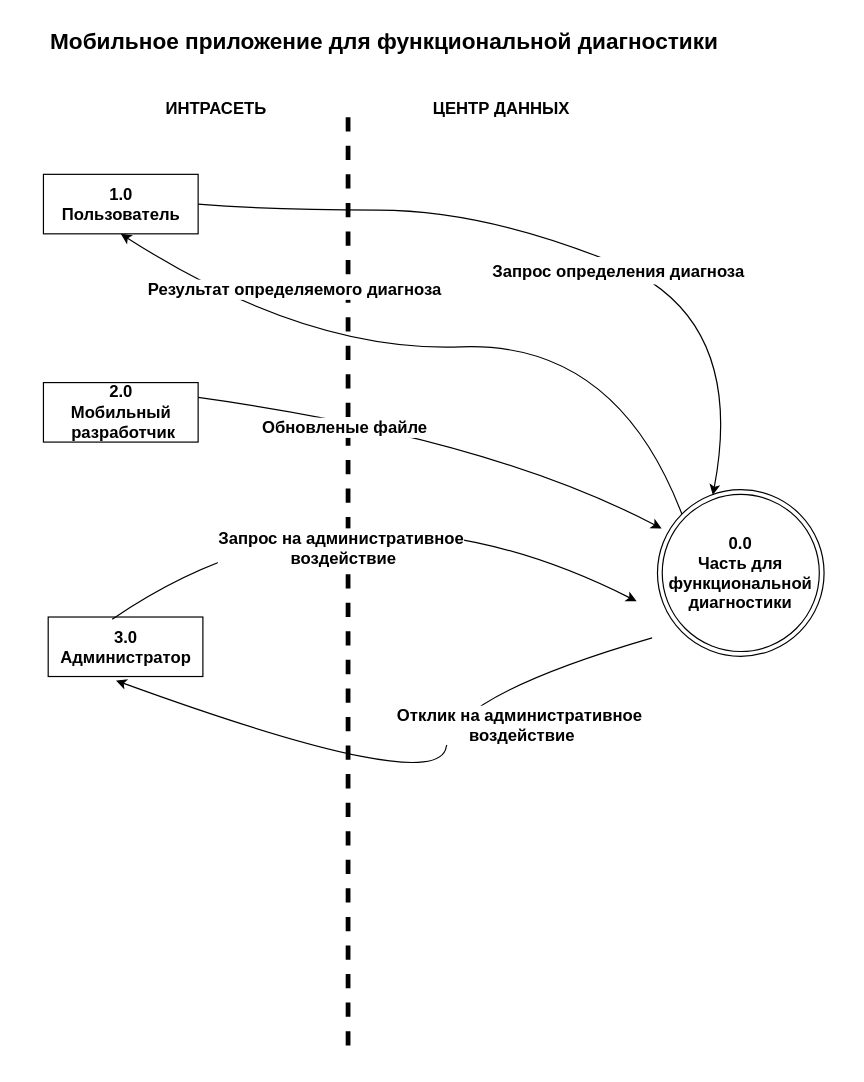
oussamanech/Git01 keeps this draw.io diagram as DFD.drawio. Above is the earlier version. Source tidied: cells renumbered, new cells numbered last; positions are measured from the earlier drawing's top-left corner, leaving out a move shared by most shapes. Both pictures are drawn from the tidied source at 119%, with x=0, y=0 at pixel (43, 20).
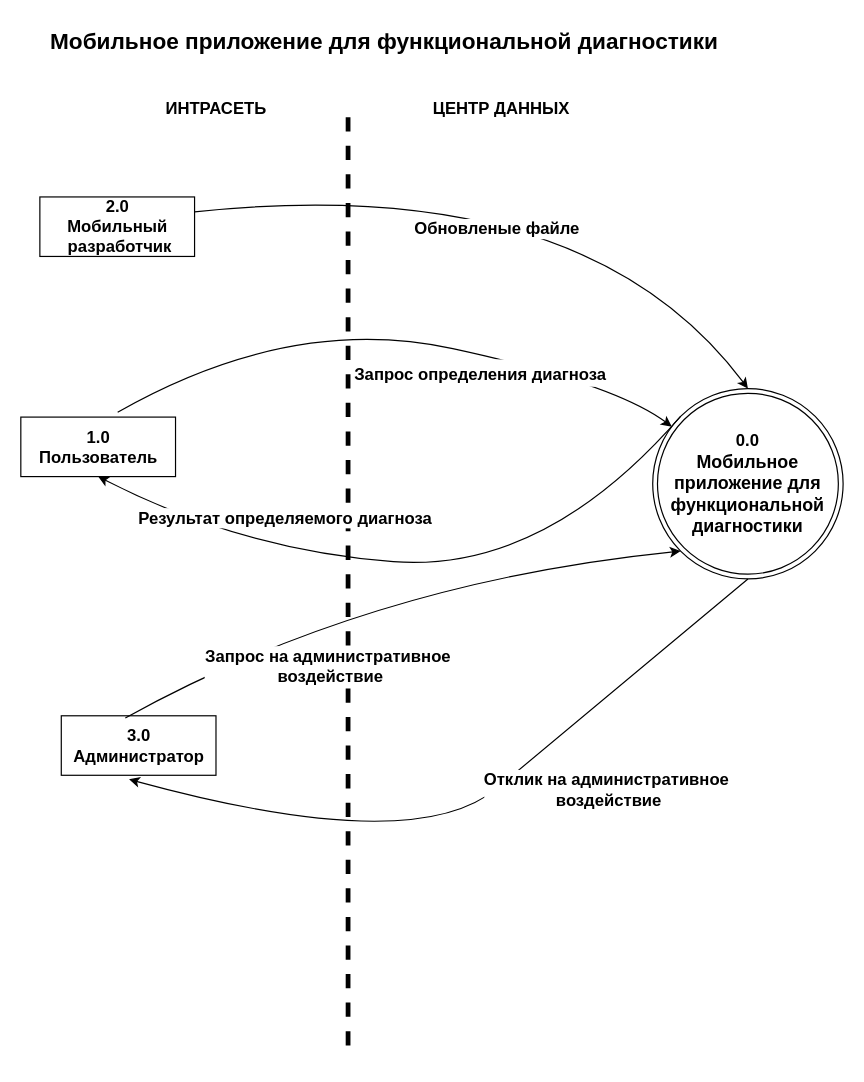
The same diagram, later.

What changed in the source:
```diff
@@
-    <mxCell id="2" style="endArrow=none;html=1;rounded=0;fontSize=12;dashed=1;strokeWidth=4;shadow=0;" parent="1" edge="1">
-      <mxGeometry relative="1" as="geometry">
-        <mxPoint x="256" y="81" as="sourcePoint" />
-        <mxPoint x="256" y="872" as="targetPoint" />
-      </mxGeometry>
-    </mxCell>
-    <mxCell id="3" value="0.0&lt;br&gt;Часть для функциональной диагностики" style="ellipse;shape=doubleEllipse;whiteSpace=wrap;html=1;fontStyle=1;fontSize=14;" parent="1" vertex="1">
-      <mxGeometry x="516" y="394" width="140" height="140" as="geometry" />
-    </mxCell>
+    <mxCell id="20" style="endArrow=none;html=1;rounded=0;fontSize=12;dashed=1;strokeWidth=4;shadow=0;" parent="1" edge="1">
+      <mxGeometry relative="1" as="geometry">
+        <mxPoint x="256" y="81" as="sourcePoint" />
+        <mxPoint x="256" y="872" as="targetPoint" />
+      </mxGeometry>
+    </mxCell>
+    <mxCell id="21" value="0.0&lt;br&gt;&lt;span style=&quot;text-align: left;&quot;&gt;&lt;font style=&quot;font-size: 15px;&quot;&gt;Мобильное приложение для функциональной диагностики&lt;/font&gt;&lt;/span&gt;" style="ellipse;shape=doubleEllipse;whiteSpace=wrap;html=1;fontStyle=1;fontSize=14;" parent="1" vertex="1">
+      <mxGeometry x="512" y="309" width="160" height="160" as="geometry" />
+    </mxCell>
@@
     <mxCell id="5" value="1.0&lt;br style=&quot;font-size: 14px;&quot;&gt;Пользователь&lt;div style=&quot;display: none; font-size: 14px;&quot; id=&quot;SDCloudData&quot;&gt;&lt;/div&gt;" style="html=1;dashed=0;whitespace=wrap;fontStyle=1;fontSize=14;" parent="1" vertex="1">
-      <mxGeometry y="129" width="130" height="50" as="geometry" />
+      <mxGeometry x="-19" y="333" width="130" height="50" as="geometry" />
     </mxCell>
@@
     <mxCell id="8" value="2.0&lt;br style=&quot;font-size: 14px;&quot;&gt;Мобильный&lt;br&gt;&amp;nbsp;разработчик&lt;div style=&quot;display: none; font-size: 14px;&quot; id=&quot;SDCloudData&quot;&gt;&lt;/div&gt;" style="html=1;dashed=0;whitespace=wrap;fontStyle=1;fontSize=14;" parent="1" vertex="1">
-      <mxGeometry y="304" width="130" height="50" as="geometry" />
+      <mxGeometry x="-3" y="148" width="130" height="50" as="geometry" />
     </mxCell>
     <mxCell id="9" value="3.0&lt;br style=&quot;font-size: 14px;&quot;&gt;Администратор&lt;br&gt;&lt;div style=&quot;display: none; font-size: 14px;&quot; id=&quot;SDCloudData&quot;&gt;&lt;/div&gt;" style="html=1;dashed=0;whitespace=wrap;fontStyle=1;fontSize=14;" parent="1" vertex="1">
-      <mxGeometry x="4" y="501" width="130" height="50" as="geometry" />
+      <mxGeometry x="15" y="584" width="130" height="50" as="geometry" />
     </mxCell>
-    <mxCell id="10" style="curved=1;endArrow=classic;html=1;rounded=0;fontSize=19;entryX=0.332;entryY=0.032;entryDx=0;entryDy=0;entryPerimeter=0;exitX=1;exitY=0.5;exitDx=0;exitDy=0;" parent="1" edge="1" source="5" target="3">
-      <mxGeometry relative="1" as="geometry">
-        <Array as="points">
-          <mxPoint x="191" y="159" />
-          <mxPoint x="371" y="159" />
-          <mxPoint x="591" y="249" />
-        </Array>
-      </mxGeometry>
-    </mxCell>
+    <mxCell id="22" style="curved=1;endArrow=classic;html=1;rounded=0;fontSize=19;exitX=0.626;exitY=-0.083;exitDx=0;exitDy=0;exitPerimeter=0;" parent="1" edge="1" source="5" target="21">
+      <mxGeometry relative="1" as="geometry">
+        <Array as="points">
+          <mxPoint x="208" y="246" />
+          <mxPoint x="480" y="305" />
+        </Array>
+      </mxGeometry>
+    </mxCell>
-    <mxCell id="11" value="&lt;font style=&quot;font-size: 14px;&quot;&gt;Запрос определения диагноза&lt;/font&gt;" style="edgeLabel;html=1;align=center;verticalAlign=middle;fontSize=19;fontStyle=1;" parent="10" vertex="1">
+    <mxCell id="11" value="&lt;font style=&quot;font-size: 14px;&quot;&gt;Запрос определения диагноза&lt;/font&gt;" style="edgeLabel;html=1;align=center;verticalAlign=middle;fontSize=19;fontStyle=1;" parent="22" vertex="1">
       <mxGeometry x="0.24" y="-22" relative="1" as="geometry">
-        <mxPoint x="-19" y="-27" as="offset" />
+        <mxPoint x="20" y="-3" as="offset" />
       </mxGeometry>
     </mxCell>
-    <mxCell id="12" style="curved=1;endArrow=classic;html=1;rounded=0;fontSize=19;exitX=0;exitY=0;exitDx=0;exitDy=0;entryX=0.5;entryY=1;entryDx=0;entryDy=0;" parent="1" edge="1" source="3" target="5">
-      <mxGeometry relative="1" as="geometry">
-        <Array as="points">
-          <mxPoint x="481" y="269" />
-          <mxPoint x="221" y="279" />
-        </Array>
-      </mxGeometry>
-    </mxCell>
+    <mxCell id="23" style="curved=1;endArrow=classic;html=1;rounded=0;fontSize=19;exitX=0;exitY=0;exitDx=0;exitDy=0;entryX=0.5;entryY=1;entryDx=0;entryDy=0;" parent="1" edge="1" source="21" target="5">
+      <mxGeometry relative="1" as="geometry">
+        <Array as="points">
+          <mxPoint x="421" y="464" />
+          <mxPoint x="167" y="445" />
+        </Array>
+      </mxGeometry>
+    </mxCell>
-    <mxCell id="13" value="Результат определяемого диагноза" style="edgeLabel;html=1;align=center;verticalAlign=middle;fontSize=14;fontStyle=1;" parent="12" vertex="1">
+    <mxCell id="13" value="Результат определяемого диагноза" style="edgeLabel;html=1;align=center;verticalAlign=middle;fontSize=14;fontStyle=1;" parent="23" vertex="1">
       <mxGeometry x="0.4" y="-17" relative="1" as="geometry">
-        <mxPoint x="-15" y="-36" as="offset" />
+        <mxPoint x="1" y="-13" as="offset" />
       </mxGeometry>
     </mxCell>
-    <mxCell id="14" style="curved=1;endArrow=classic;html=1;rounded=0;fontSize=14;exitX=1;exitY=0.25;exitDx=0;exitDy=0;entryX=0.025;entryY=0.233;entryDx=0;entryDy=0;entryPerimeter=0;" parent="1" edge="1" source="8" target="3">
-      <mxGeometry relative="1" as="geometry">
-        <Array as="points">
-          <mxPoint x="373" y="350" />
-        </Array>
-      </mxGeometry>
-    </mxCell>
+    <mxCell id="24" style="curved=1;endArrow=classic;html=1;rounded=0;fontSize=14;exitX=1;exitY=0.25;exitDx=0;exitDy=0;entryX=0.5;entryY=0;entryDx=0;entryDy=0;" parent="1" edge="1" source="8" target="21">
+      <mxGeometry relative="1" as="geometry">
+        <Array as="points">
+          <mxPoint x="455" y="126" />
+        </Array>
+      </mxGeometry>
+    </mxCell>
-    <mxCell id="15" value="Обновленые файле" style="edgeLabel;html=1;align=center;verticalAlign=middle;fontSize=14;fontStyle=1;" parent="14" vertex="1">
+    <mxCell id="15" value="Обновленые файле" style="edgeLabel;html=1;align=center;verticalAlign=middle;fontSize=14;fontStyle=1;" parent="24" vertex="1">
       <mxGeometry x="0.3" y="-18" relative="1" as="geometry">
-        <mxPoint x="-131" y="-35" as="offset" />
+        <mxPoint x="-80" y="11" as="offset" />
       </mxGeometry>
     </mxCell>
-    <mxCell id="16" style="curved=1;endArrow=classic;html=1;rounded=0;fontSize=14;exitX=0.414;exitY=0.037;exitDx=0;exitDy=0;entryX=0.014;entryY=0.656;entryDx=0;entryDy=0;entryPerimeter=0;exitPerimeter=0;" parent="1" edge="1" source="9">
-      <mxGeometry relative="1" as="geometry">
-        <mxPoint x="498.5" y="487.8" as="targetPoint" />
-        <Array as="points">
-          <mxPoint x="257" y="366" />
-        </Array>
-      </mxGeometry>
-    </mxCell>
+    <mxCell id="25" style="curved=1;endArrow=classic;html=1;rounded=0;fontSize=14;exitX=0.414;exitY=0.037;exitDx=0;exitDy=0;entryX=0;entryY=1;entryDx=0;entryDy=0;exitPerimeter=0;" parent="1" edge="1" source="9" target="21">
+      <mxGeometry relative="1" as="geometry">
+        <Array as="points">
+          <mxPoint x="274" y="472" />
+        </Array>
+      </mxGeometry>
+    </mxCell>
-    <mxCell id="17" value="Запрос на административное&lt;br&gt;&amp;nbsp;воздействие" style="edgeLabel;html=1;align=center;verticalAlign=middle;fontSize=14;fontStyle=1;" parent="16" vertex="1">
+    <mxCell id="17" value="Запрос на административное&lt;br&gt;&amp;nbsp;воздействие" style="edgeLabel;html=1;align=center;verticalAlign=middle;fontSize=14;fontStyle=1;" parent="25" vertex="1">
       <mxGeometry x="-0.31" y="-5" relative="1" as="geometry">
-        <mxPoint x="43" y="36" as="offset" />
+        <mxPoint x="17" y="35" as="offset" />
       </mxGeometry>
     </mxCell>
-    <mxCell id="18" style="curved=1;endArrow=classic;html=1;rounded=0;fontSize=14;exitX=0;exitY=1;exitDx=0;exitDy=0;entryX=0.438;entryY=1.068;entryDx=0;entryDy=0;entryPerimeter=0;" parent="1" edge="1" target="9">
-      <mxGeometry relative="1" as="geometry">
-        <mxPoint x="511.5" y="518.5" as="sourcePoint" />
-        <Array as="points">
-          <mxPoint x="345" y="567" />
-          <mxPoint x="332" y="653" />
-        </Array>
-      </mxGeometry>
-    </mxCell>
+    <mxCell id="26" style="curved=1;endArrow=classic;html=1;rounded=0;fontSize=14;exitX=0.5;exitY=1;exitDx=0;exitDy=0;entryX=0.438;entryY=1.068;entryDx=0;entryDy=0;entryPerimeter=0;" parent="1" edge="1" source="21" target="9">
+      <mxGeometry relative="1" as="geometry">
+        <Array as="points">
+          <mxPoint x="450" y="587" />
+          <mxPoint x="312" y="703" />
+        </Array>
+      </mxGeometry>
+    </mxCell>
-    <mxCell id="19" value="Отклик на административное&lt;br&gt;&amp;nbsp;воздействие" style="edgeLabel;html=1;align=center;verticalAlign=middle;fontSize=14;fontStyle=1;" parent="18" vertex="1">
+    <mxCell id="19" value="Отклик на административное&lt;br&gt;&amp;nbsp;воздействие" style="edgeLabel;html=1;align=center;verticalAlign=middle;fontSize=14;fontStyle=1;" parent="26" vertex="1">
       <mxGeometry x="0.27" y="-8" relative="1" as="geometry">
-        <mxPoint x="148" y="-24" as="offset" />
+        <mxPoint x="183" y="-43" as="offset" />
       </mxGeometry>
     </mxCell>
```
